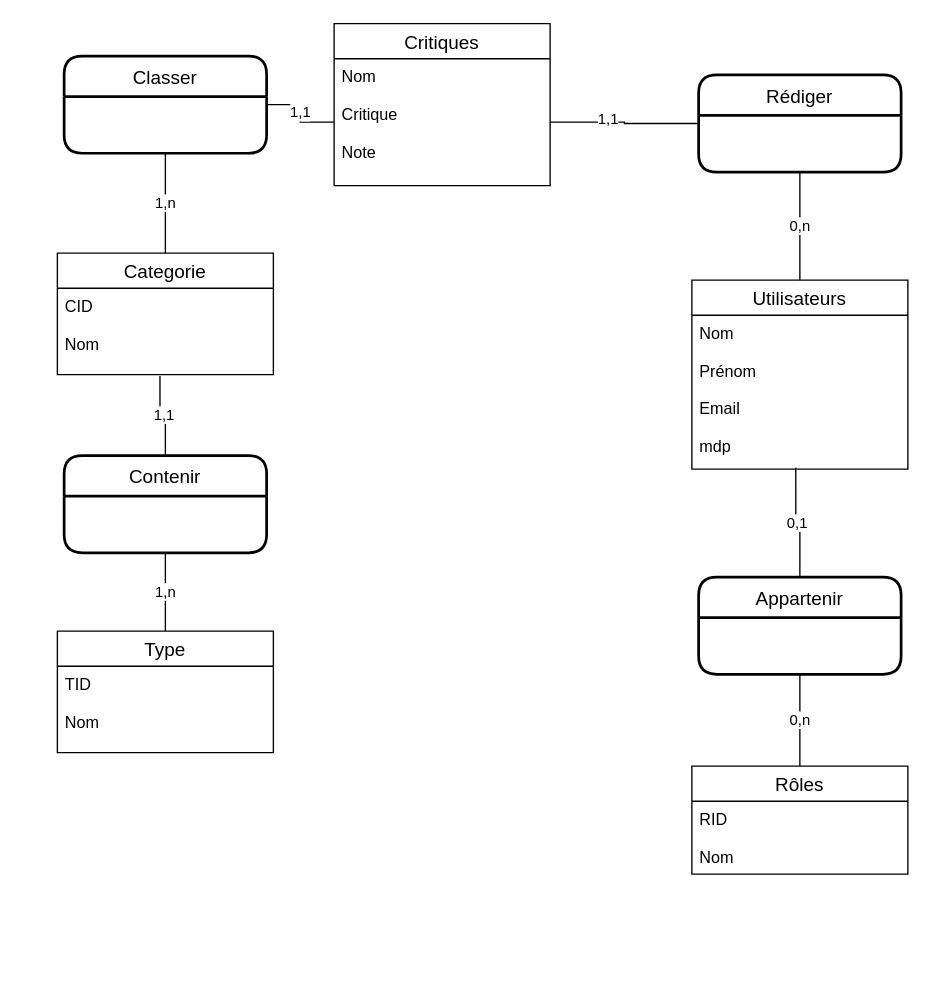
dmitrimeili/PreTpi keeps this draw.io diagram as Docs/MCD.drawio. Above is the earlier version. Source tidied: cells renumbered, new cells numbered last; positions are measured from the earlier drawing's top-left corner, leaving out a move shared by most shapes. Both pictures are drawn from the tidied source at 135%, with x=0, y=0 at pixel (57, 23).
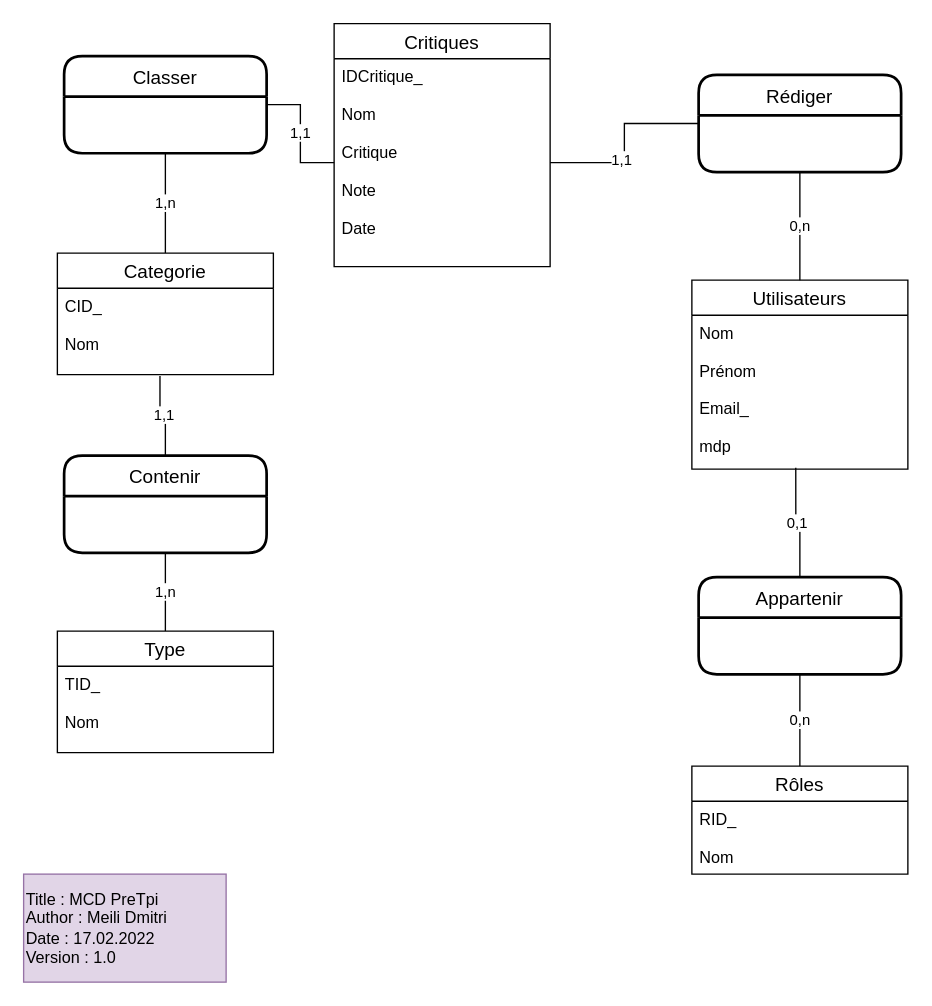
Above is the later version.

Unchanged cells that the change refers to:
```xml
<mxCell id="2" value="Utilisateurs" style="swimlane;fontStyle=0;horizontal=1;startSize=26;align=center;fontSize=14;" parent="1" vertex="1">
  <mxGeometry x="470" y="190" width="160" height="140" as="geometry" />
</mxCell>
<mxCell id="9" value="Rédiger" style="swimlane;horizontal=1;startSize=30;rounded=1;fontSize=14;fontStyle=0;strokeWidth=2;shadow=0;dashed=0;align=center;" parent="1" vertex="1">
  <mxGeometry x="475" y="38" width="150" height="72" as="geometry" />
</mxCell>
<mxCell id="12" value="Appartenir" style="swimlane;horizontal=1;startSize=30;rounded=1;fontSize=14;fontStyle=0;strokeWidth=2;shadow=0;dashed=0;align=center;" parent="1" vertex="1">
  <mxGeometry x="475" y="410" width="150" height="72" as="geometry" />
</mxCell>
<mxCell id="13" value="Rôles" style="swimlane;fontStyle=0;horizontal=1;startSize=26;align=center;fontSize=14;" parent="1" vertex="1">
  <mxGeometry x="470" y="550" width="160" height="80" as="geometry" />
</mxCell>
<mxCell id="16" value="Classer" style="swimlane;horizontal=1;startSize=30;rounded=1;fontSize=14;fontStyle=0;strokeWidth=2;shadow=0;dashed=0;align=center;" parent="1" vertex="1">
  <mxGeometry x="5" y="24" width="150" height="72" as="geometry" />
</mxCell>
<mxCell id="17" value="Categorie" style="swimlane;fontStyle=0;horizontal=1;startSize=26;align=center;fontSize=14;" parent="1" vertex="1">
  <mxGeometry y="170" width="160" height="90" as="geometry" />
</mxCell>
<mxCell id="21" value="Type" style="swimlane;fontStyle=0;horizontal=1;startSize=26;align=center;fontSize=14;" parent="1" vertex="1">
  <mxGeometry y="450" width="160" height="90" as="geometry" />
</mxCell>
<mxCell id="24" value="Contenir" style="swimlane;horizontal=1;startSize=30;rounded=1;fontSize=14;fontStyle=0;strokeWidth=2;shadow=0;dashed=0;align=center;" parent="1" vertex="1">
  <mxGeometry x="5" y="320" width="150" height="72" as="geometry" />
</mxCell>
```

Diff of the diagram source:
```diff
@@
-    <mxCell id="3" value="Nom&#10;&#10;Prénom&#10;&#10;Email&#10;&#10;mdp&#10;&#10;" style="text;strokeColor=none;fillColor=none;spacingLeft=4;spacingRight=4;overflow=hidden;points=[[0,0.5],[1,0.5]];portConstraint=eastwest;fontSize=12;" parent="2" vertex="1">
-      <mxGeometry y="26" width="160" height="114" as="geometry" />
-    </mxCell>
+    <mxCell id="25" value="Nom&#10;&#10;Prénom&#10;&#10;Email_&#10;&#10;mdp&#10;&#10;" style="text;strokeColor=none;fillColor=none;spacingLeft=4;spacingRight=4;overflow=hidden;points=[[0,0.5],[1,0.5]];portConstraint=eastwest;fontSize=12;" parent="2" vertex="1">
+      <mxGeometry y="26" width="160" height="114" as="geometry" />
+    </mxCell>
     <mxCell id="4" value="Critiques" style="swimlane;fontStyle=0;horizontal=1;startSize=26;align=center;fontSize=14;" parent="1" vertex="1">
-      <mxGeometry x="205" width="160" height="120" as="geometry" />
+      <mxGeometry x="205" width="160" height="180" as="geometry" />
     </mxCell>
-    <mxCell id="5" value="Nom&#10;&#10;Critique&#10;&#10;Note&#10;&#10;" style="text;strokeColor=none;fillColor=none;spacingLeft=4;spacingRight=4;overflow=hidden;points=[[0,0.5],[1,0.5]];portConstraint=eastwest;fontSize=12;" parent="4" vertex="1">
-      <mxGeometry y="26" width="160" height="94" as="geometry" />
-    </mxCell>
-    <mxCell id="6" style="edgeStyle=orthogonalEdgeStyle;rounded=0;jettySize=auto;html=1;endArrow=none;endFill=0;" parent="1" edge="1" source="9" target="5">
-      <mxGeometry relative="1" as="geometry" />
-    </mxCell>
+    <mxCell id="26" value="IDCritique_ &#10;&#10;Nom&#10;&#10;Critique&#10;&#10;Note&#10;&#10;Date" style="text;strokeColor=none;fillColor=none;spacingLeft=4;spacingRight=4;overflow=hidden;points=[[0,0.5],[1,0.5]];portConstraint=eastwest;fontSize=12;fontStyle=0;" parent="4" vertex="1">
+      <mxGeometry y="26" width="160" height="154" as="geometry" />
+    </mxCell>
+    <mxCell id="27" style="edgeStyle=orthogonalEdgeStyle;rounded=0;jettySize=auto;html=1;endArrow=none;endFill=0;" parent="1" edge="1" source="9" target="26">
+      <mxGeometry relative="1" as="geometry" />
+    </mxCell>
-    <mxCell id="7" value="1,1" style="edgeLabel;html=1;align=center;verticalAlign=middle;" parent="6" vertex="1">
+    <mxCell id="7" value="1,1" style="edgeLabel;html=1;align=center;verticalAlign=middle;" parent="27" vertex="1">
       <mxGeometry x="0.25" y="-3" relative="1" as="geometry" />
     </mxCell>
@@
-    <mxCell id="11" value="0,1" style="edgeStyle=orthogonalEdgeStyle;rounded=0;jettySize=auto;html=1;exitX=0.5;exitY=0;exitDx=0;exitDy=0;entryX=0.481;entryY=0.991;entryDx=0;entryDy=0;entryPerimeter=0;endArrow=none;endFill=0;" parent="1" edge="1" source="12" target="3">
+    <mxCell id="11" value="0,1" style="edgeStyle=orthogonalEdgeStyle;rounded=0;jettySize=auto;html=1;exitX=0.5;exitY=0;exitDx=0;exitDy=0;entryX=0.481;entryY=0.991;entryDx=0;entryDy=0;entryPerimeter=0;endArrow=none;endFill=0;" parent="1" edge="1" source="12" target="25">
       <mxGeometry relative="1" as="geometry" />
     </mxCell>
@@
-    <mxCell id="14" value="RID&#10;&#10;Nom" style="text;strokeColor=none;fillColor=none;spacingLeft=4;spacingRight=4;overflow=hidden;fontSize=12;" parent="13" vertex="1">
-      <mxGeometry y="26" width="160" height="54" as="geometry" />
-    </mxCell>
+    <mxCell id="28" value="RID_&#10;&#10;Nom" style="text;strokeColor=none;fillColor=none;spacingLeft=4;spacingRight=4;overflow=hidden;fontSize=12;" parent="13" vertex="1">
+      <mxGeometry y="26" width="160" height="54" as="geometry" />
+    </mxCell>
@@
-    <mxCell id="18" value="CID&#10;&#10;Nom" style="text;strokeColor=none;fillColor=none;spacingLeft=4;spacingRight=4;overflow=hidden;points=[[0,0.5],[1,0.5]];portConstraint=eastwest;fontSize=12;" parent="17" vertex="1">
-      <mxGeometry y="26" width="160" height="64" as="geometry" />
-    </mxCell>
+    <mxCell id="29" value="CID_&#10;&#10;Nom" style="text;strokeColor=none;fillColor=none;spacingLeft=4;spacingRight=4;overflow=hidden;points=[[0,0.5],[1,0.5]];portConstraint=eastwest;fontSize=12;" parent="17" vertex="1">
+      <mxGeometry y="26" width="160" height="64" as="geometry" />
+    </mxCell>
-    <mxCell id="19" value="1,1" style="edgeStyle=orthogonalEdgeStyle;rounded=0;jettySize=auto;html=1;exitX=0;exitY=0.5;exitDx=0;exitDy=0;entryX=1;entryY=0.5;entryDx=0;entryDy=0;endArrow=none;endFill=0;" parent="1" edge="1" source="5" target="16">
+    <mxCell id="19" value="1,1" style="edgeStyle=orthogonalEdgeStyle;rounded=0;jettySize=auto;html=1;exitX=0;exitY=0.5;exitDx=0;exitDy=0;entryX=1;entryY=0.5;entryDx=0;entryDy=0;endArrow=none;endFill=0;" parent="1" edge="1" source="26" target="16">
       <mxGeometry relative="1" as="geometry" />
     </mxCell>
@@
-    <mxCell id="22" value="TID&#10;&#10;Nom" style="text;strokeColor=none;fillColor=none;spacingLeft=4;spacingRight=4;overflow=hidden;fontSize=12;" parent="21" vertex="1">
-      <mxGeometry y="26" width="160" height="64" as="geometry" />
-    </mxCell>
+    <mxCell id="30" value="TID_&#10;&#10;Nom" style="text;strokeColor=none;fillColor=none;spacingLeft=4;spacingRight=4;overflow=hidden;fontSize=12;" parent="21" vertex="1">
+      <mxGeometry y="26" width="160" height="64" as="geometry" />
+    </mxCell>
-    <mxCell id="23" value="1,1" style="edgeStyle=orthogonalEdgeStyle;rounded=0;jettySize=auto;html=1;exitX=0.5;exitY=0;exitDx=0;exitDy=0;entryX=0.475;entryY=1.016;entryDx=0;entryDy=0;entryPerimeter=0;endArrow=none;endFill=0;" parent="1" edge="1" source="24" target="18">
+    <mxCell id="23" value="1,1" style="edgeStyle=orthogonalEdgeStyle;rounded=0;jettySize=auto;html=1;exitX=0.5;exitY=0;exitDx=0;exitDy=0;entryX=0.475;entryY=1.016;entryDx=0;entryDy=0;entryPerimeter=0;endArrow=none;endFill=0;" parent="1" edge="1" source="24" target="29">
       <mxGeometry relative="1" as="geometry" />
     </mxCell>
@@
+    <mxCell id="31" value="Title : MCD PreTpi&lt;br&gt;Author : Meili Dmitri&lt;br&gt;Date : 17.02.2022&lt;br&gt;Version : 1.0" style="rounded=0;whiteSpace=wrap;html=1;fillColor=#e1d5e7;strokeColor=#9673a6;align=left;" parent="1" vertex="1">
+      <mxGeometry x="-25" y="630" width="150" height="80" as="geometry" />
+    </mxCell>
```
